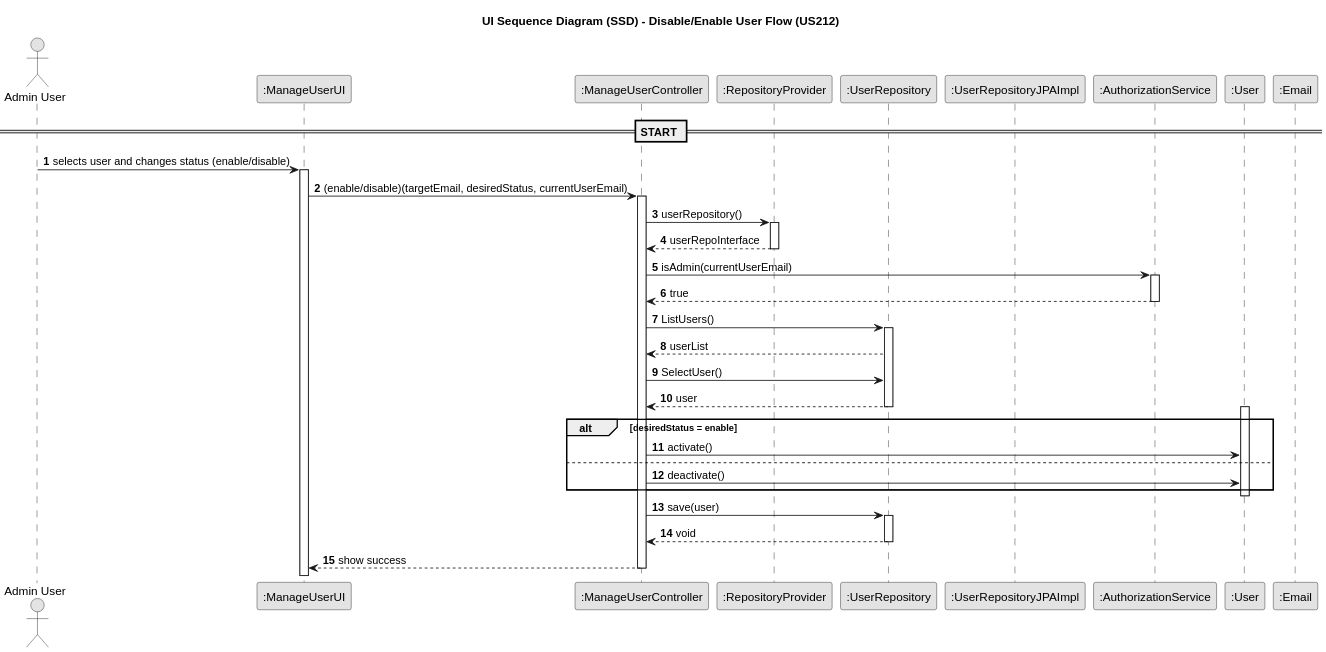
Earlier version of the PlantUML export docs/planning/sprint2/EAPLI/US212 - Disable or enable users/03.design/svg/us212-sequence-diagram.svg (SAEmanuel/Shodrone_ISEP).
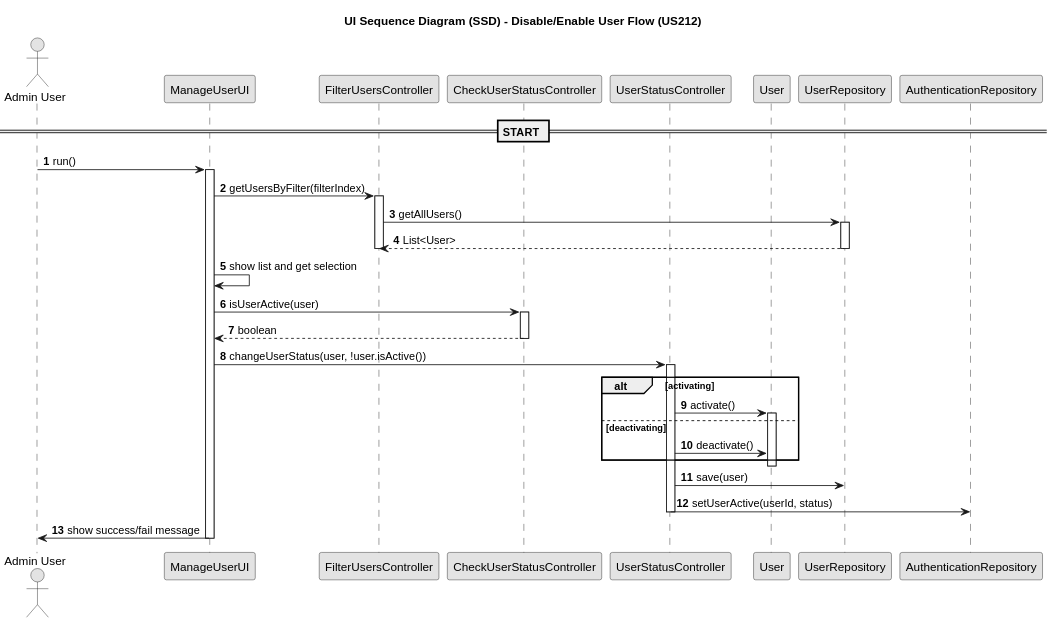
After the change.

Change to the diagram source:
```diff
@@ -8,55 +8,49 @@
 autonumber
 
 actor "Admin User" as user
-participant ":ManageUserUI" as UI
-participant ":ManageUserController" as CTRL
-participant ":RepositoryProvider" as repoProvider
-participant ":UserRepository" as userRepoInterface
-participant ":UserRepositoryJPAImpl" as userJPA
-participant ":AuthorizationService" as authService
-participant ":User" as userEntity
-participant ":Email" as emailVO
+participant "ManageUserUI" as UI
+participant "FilterUsersController" as filterCtrl
+participant "CheckUserStatusController" as checkCtrl
+participant "UserStatusController" as statusCtrl
+participant "User" as userEntity
+participant "UserRepository" as userRepo
+participant "AuthenticationRepository" as authRepo
 
 == START ==
 
-user -> UI : selects user and changes status (enable/disable)
+user -> UI : run()
+
 activate UI
-UI -> CTRL : (enable/disable)(targetEmail, desiredStatus, currentUserEmail)
-activate CTRL
+    UI -> filterCtrl : getUsersByFilter(filterIndex)
+    activate filterCtrl
+        filterCtrl -> userRepo : getAllUsers()
+    activate userRepo
+        userRepo --> filterCtrl : List<User>
+    deactivate userRepo
+    deactivate filterCtrl
 
-CTRL -> repoProvider : userRepository()
-activate repoProvider
-repoProvider --> CTRL : userRepoInterface
-deactivate repoProvider
+    UI -> UI : show list and get selection
 
-CTRL -> authService : isAdmin(currentUserEmail)
-activate authService
-authService --> CTRL : true
-deactivate authService
+    UI -> checkCtrl : isUserActive(user)
+    activate checkCtrl
+    checkCtrl --> UI : boolean
+    deactivate checkCtrl
 
-    deactivate authService
+    UI -> statusCtrl : changeUserStatus(user, !user.isActive())
+    activate statusCtrl
+        alt activating
+            statusCtrl -> userEntity : activate()
+            activate userEntity
+        else deactivating
+            statusCtrl -> userEntity : deactivate()
+        end
+        deactivate userEntity
+        statusCtrl -> userRepo : save(user)
+        statusCtrl -> authRepo : setUserActive(userId, status)
 
-    CTRL -> userRepoInterface : ListUsers()
-    activate userRepoInterface
-    userRepoInterface --> CTRL : userList
-    CTRL -> userRepoInterface : SelectUser()
-    userRepoInterface --> CTRL : user
-    deactivate userRepoInterface
+    deactivate statusCtrl
 
-    alt desiredStatus = enable
-    activate userEntity
-        CTRL -> userEntity : activate()
-    else
-        CTRL -> userEntity : deactivate()
-    end
-    deactivate userEntity
+    UI -> user : show success/fail message
 
-    CTRL -> userRepoInterface : save(user)
-    activate userRepoInterface
-    userRepoInterface --> CTRL : void
-    deactivate userRepoInterface
-
-    CTRL --> UI : show success
-
-deactivate CTRL
+deactivate UI
 @enduml
```
